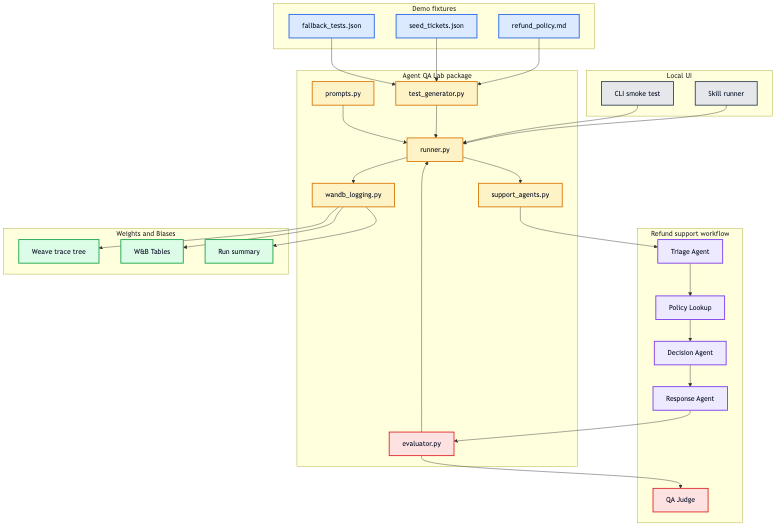
The Mermaid diagram docs/diagrams/agent-qa-lab-architecture.png in vyahhi/swarm-checkup, before a commit. Its source is kept beside it as docs/diagrams/agent-qa-lab-architecture.mmd.
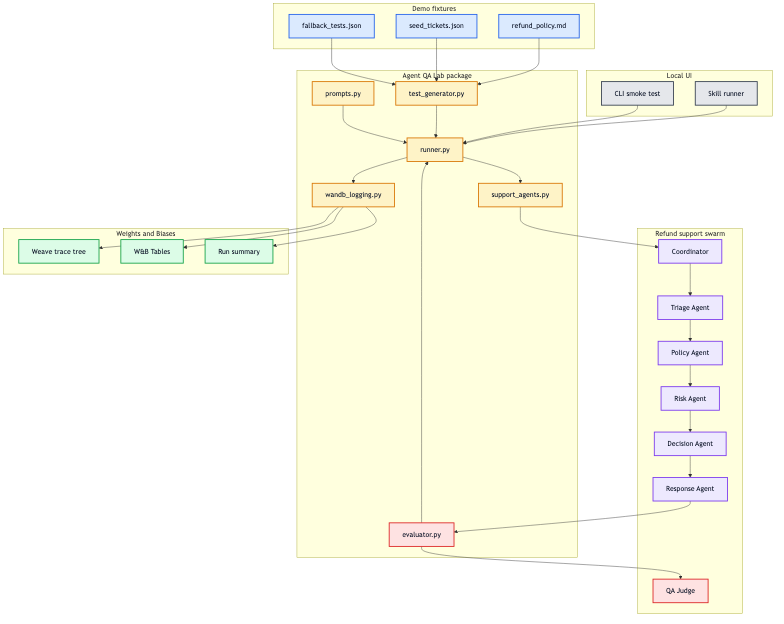
After the commit.

What changed in the source:
```diff
@@ -19,9 +19,11 @@
         Log[wandb_logging.py]
     end
 
-    subgraph AgentWorkflow[Refund support workflow]
+    subgraph AgentWorkflow[Refund support swarm]
+        Coord[Coordinator]
         Triage[Triage Agent]
-        Lookup[Policy Lookup]
+        Lookup[Policy Agent]
+        Risk[Risk Agent]
         Decision[Decision Agent]
         Response[Response Agent]
         Judge[QA Judge]
@@ -41,7 +43,7 @@
     TG --> Runner
     Prompts --> Runner
     Runner --> Agents
-    Agents --> Triage --> Lookup --> Decision --> Response
+    Agents --> Coord --> Triage --> Lookup --> Risk --> Decision --> Response
     Response --> Eval
     Eval --> Judge
     Eval --> Runner
@@ -60,6 +62,6 @@
     class S,CLI ui
     class Policy,Seeds,Tests data
     class TG,Runner,Agents,Prompts,Log core
-    class Triage,Lookup,Decision,Response workflow
+    class Coord,Triage,Lookup,Risk,Decision,Response workflow
     class Eval,Judge eval
     class Weave,Tables,Run wandb
```
